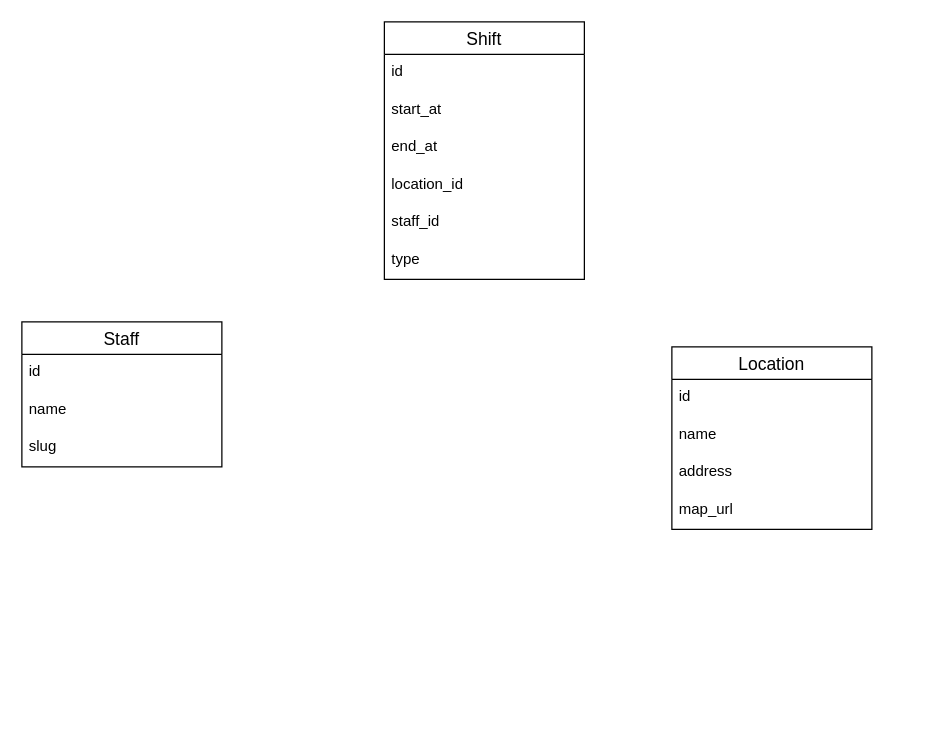
This is page "Page-3" (3 of 3) of Untitled Diagram.drawio from SuzukiRyuichiro/sheet_to_calendar, a draw.io file, before an edit. Source tidied: cells renumbered, new cells numbered last; positions are measured from the earlier drawing's top-left corner, leaving out a move shared by most shapes. Both pictures are drawn from the tidied source at 125%, with x=0, y=0 at pixel (21, 21).
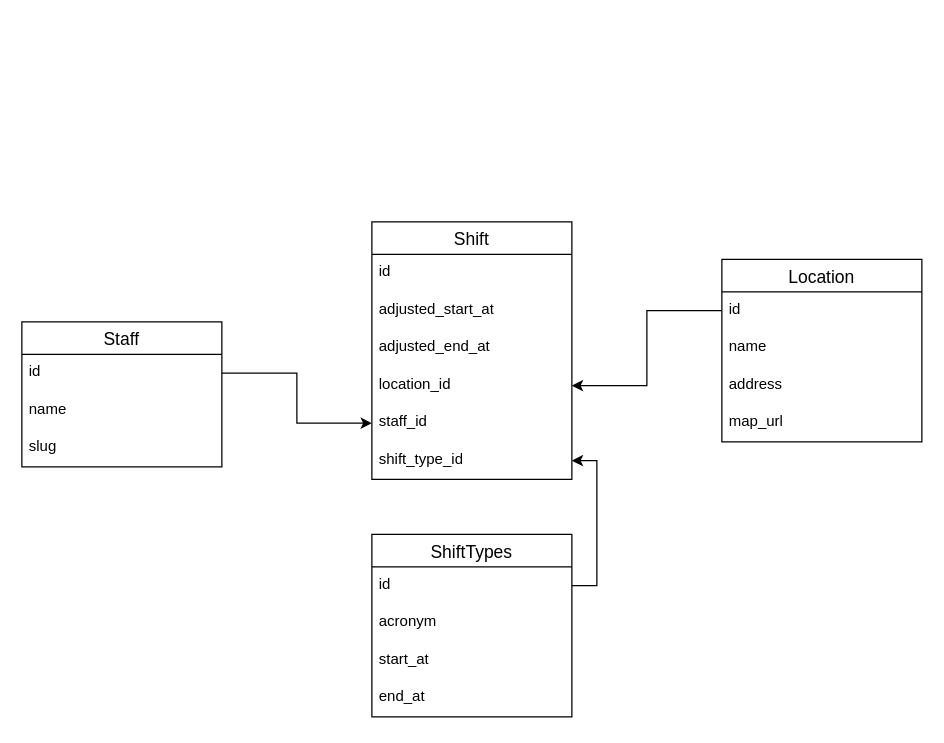
The same page after the edit.

Unchanged cells that the change refers to:
```xml
<mxCell id="3" value="id" style="text;strokeColor=none;fillColor=none;spacingLeft=4;spacingRight=4;overflow=hidden;points=[[0,0.5],[1,0.5]];portConstraint=eastwest;fontSize=12;whiteSpace=wrap;html=1;" parent="2" vertex="1">
  <mxGeometry y="26" width="160" height="30" as="geometry" />
</mxCell>
<mxCell id="7" value="id" style="text;strokeColor=none;fillColor=none;spacingLeft=4;spacingRight=4;overflow=hidden;points=[[0,0.5],[1,0.5]];portConstraint=eastwest;fontSize=12;whiteSpace=wrap;html=1;" parent="6" vertex="1">
  <mxGeometry y="26" width="160" height="30" as="geometry" />
</mxCell>
<mxCell id="15" value="location_id" style="text;strokeColor=none;fillColor=none;spacingLeft=4;spacingRight=4;overflow=hidden;points=[[0,0.5],[1,0.5]];portConstraint=eastwest;fontSize=12;whiteSpace=wrap;html=1;" parent="11" vertex="1">
  <mxGeometry y="116" width="160" height="30" as="geometry" />
</mxCell>
<mxCell id="16" value="staff_id" style="text;strokeColor=none;fillColor=none;spacingLeft=4;spacingRight=4;overflow=hidden;points=[[0,0.5],[1,0.5]];portConstraint=eastwest;fontSize=12;whiteSpace=wrap;html=1;" parent="11" vertex="1">
  <mxGeometry y="146" width="160" height="30" as="geometry" />
</mxCell>
```

Change to the diagram source:
```diff
@@
     <mxCell id="6" value="Location" style="swimlane;fontStyle=0;horizontal=1;startSize=26;align=center;fontSize=14;" parent="1" vertex="1">
-      <mxGeometry x="520" y="260" width="160" height="146" as="geometry" />
+      <mxGeometry x="560" y="190" width="160" height="146" as="geometry" />
     </mxCell>
@@
     <mxCell id="11" value="Shift" style="swimlane;fontStyle=0;horizontal=1;startSize=26;align=center;fontSize=14;" parent="1" vertex="1">
-      <mxGeometry x="290" width="160" height="206" as="geometry" />
+      <mxGeometry x="280" y="160" width="160" height="206" as="geometry" />
     </mxCell>
@@
+    <mxCell id="18" value="adjusted_start_at" style="text;strokeColor=none;fillColor=none;spacingLeft=4;spacingRight=4;overflow=hidden;fontSize=12;whiteSpace=wrap;html=1;" parent="11" vertex="1">
+      <mxGeometry y="56" width="160" height="30" as="geometry" />
+    </mxCell>
-    <mxCell id="13" value="start_at&lt;br&gt;" style="text;strokeColor=none;fillColor=none;spacingLeft=4;spacingRight=4;overflow=hidden;fontSize=12;whiteSpace=wrap;html=1;" parent="11" vertex="1">
-      <mxGeometry y="56" width="160" height="30" as="geometry" />
+    <mxCell id="13" value="adjusted_end_at" style="text;strokeColor=none;fillColor=none;spacingLeft=4;spacingRight=4;overflow=hidden;fontSize=12;whiteSpace=wrap;html=1;" parent="11" vertex="1">
+      <mxGeometry y="86" width="160" height="30" as="geometry" />
     </mxCell>
-    <mxCell id="14" value="end_at" style="text;strokeColor=none;fillColor=none;spacingLeft=4;spacingRight=4;overflow=hidden;fontSize=12;whiteSpace=wrap;html=1;" parent="11" vertex="1">
-      <mxGeometry y="86" width="160" height="30" as="geometry" />
-    </mxCell>
@@
-    <mxCell id="17" value="type" style="text;strokeColor=none;fillColor=none;spacingLeft=4;spacingRight=4;overflow=hidden;points=[[0,0.5],[1,0.5]];portConstraint=eastwest;fontSize=12;whiteSpace=wrap;html=1;" parent="11" vertex="1">
+    <mxCell id="17" value="shift_type_id" style="text;strokeColor=none;fillColor=none;spacingLeft=4;spacingRight=4;overflow=hidden;points=[[0,0.5],[1,0.5]];portConstraint=eastwest;fontSize=12;whiteSpace=wrap;html=1;" parent="11" vertex="1">
       <mxGeometry y="176" width="160" height="30" as="geometry" />
     </mxCell>
+    <mxCell id="19" style="edgeStyle=orthogonalEdgeStyle;rounded=0;jettySize=auto;html=1;entryX=0;entryY=0.5;entryDx=0;entryDy=0;" parent="1" edge="1" source="3" target="16">
+      <mxGeometry relative="1" as="geometry" />
+    </mxCell>
+    <mxCell id="20" style="edgeStyle=orthogonalEdgeStyle;rounded=0;jettySize=auto;html=1;exitX=0;exitY=0.5;exitDx=0;exitDy=0;entryX=1;entryY=0.5;entryDx=0;entryDy=0;" parent="1" edge="1" source="7" target="15">
+      <mxGeometry relative="1" as="geometry" />
+    </mxCell>
+    <mxCell id="21" value="ShiftTypes" style="swimlane;fontStyle=0;horizontal=1;startSize=26;align=center;fontSize=14;" parent="1" vertex="1">
+      <mxGeometry x="280" y="410" width="160" height="146" as="geometry" />
+    </mxCell>
+    <mxCell id="22" value="id&lt;span style=&quot;white-space: pre;&quot;&gt;&#9;&lt;/span&gt;" style="text;strokeColor=none;fillColor=none;spacingLeft=4;spacingRight=4;overflow=hidden;points=[[0,0.5],[1,0.5]];portConstraint=eastwest;fontSize=12;whiteSpace=wrap;html=1;" parent="21" vertex="1">
+      <mxGeometry y="26" width="160" height="30" as="geometry" />
+    </mxCell>
+    <mxCell id="23" value="acronym" style="text;strokeColor=none;fillColor=none;spacingLeft=4;spacingRight=4;overflow=hidden;fontSize=12;whiteSpace=wrap;html=1;" parent="21" vertex="1">
+      <mxGeometry y="56" width="160" height="30" as="geometry" />
+    </mxCell>
+    <mxCell id="24" value="start_at" style="text;strokeColor=none;fillColor=none;spacingLeft=4;spacingRight=4;overflow=hidden;fontSize=12;whiteSpace=wrap;html=1;" parent="21" vertex="1">
+      <mxGeometry y="86" width="160" height="30" as="geometry" />
+    </mxCell>
+    <mxCell id="14" value="end_at" style="text;strokeColor=none;fillColor=none;spacingLeft=4;spacingRight=4;overflow=hidden;fontSize=12;whiteSpace=wrap;html=1;" parent="21" vertex="1">
+      <mxGeometry y="116" width="160" height="30" as="geometry" />
+    </mxCell>
+    <mxCell id="25" style="edgeStyle=orthogonalEdgeStyle;rounded=0;jettySize=auto;html=1;exitX=1;exitY=0.5;exitDx=0;exitDy=0;entryX=1;entryY=0.5;entryDx=0;entryDy=0;" parent="1" edge="1" source="22" target="17">
+      <mxGeometry relative="1" as="geometry" />
+    </mxCell>
```
